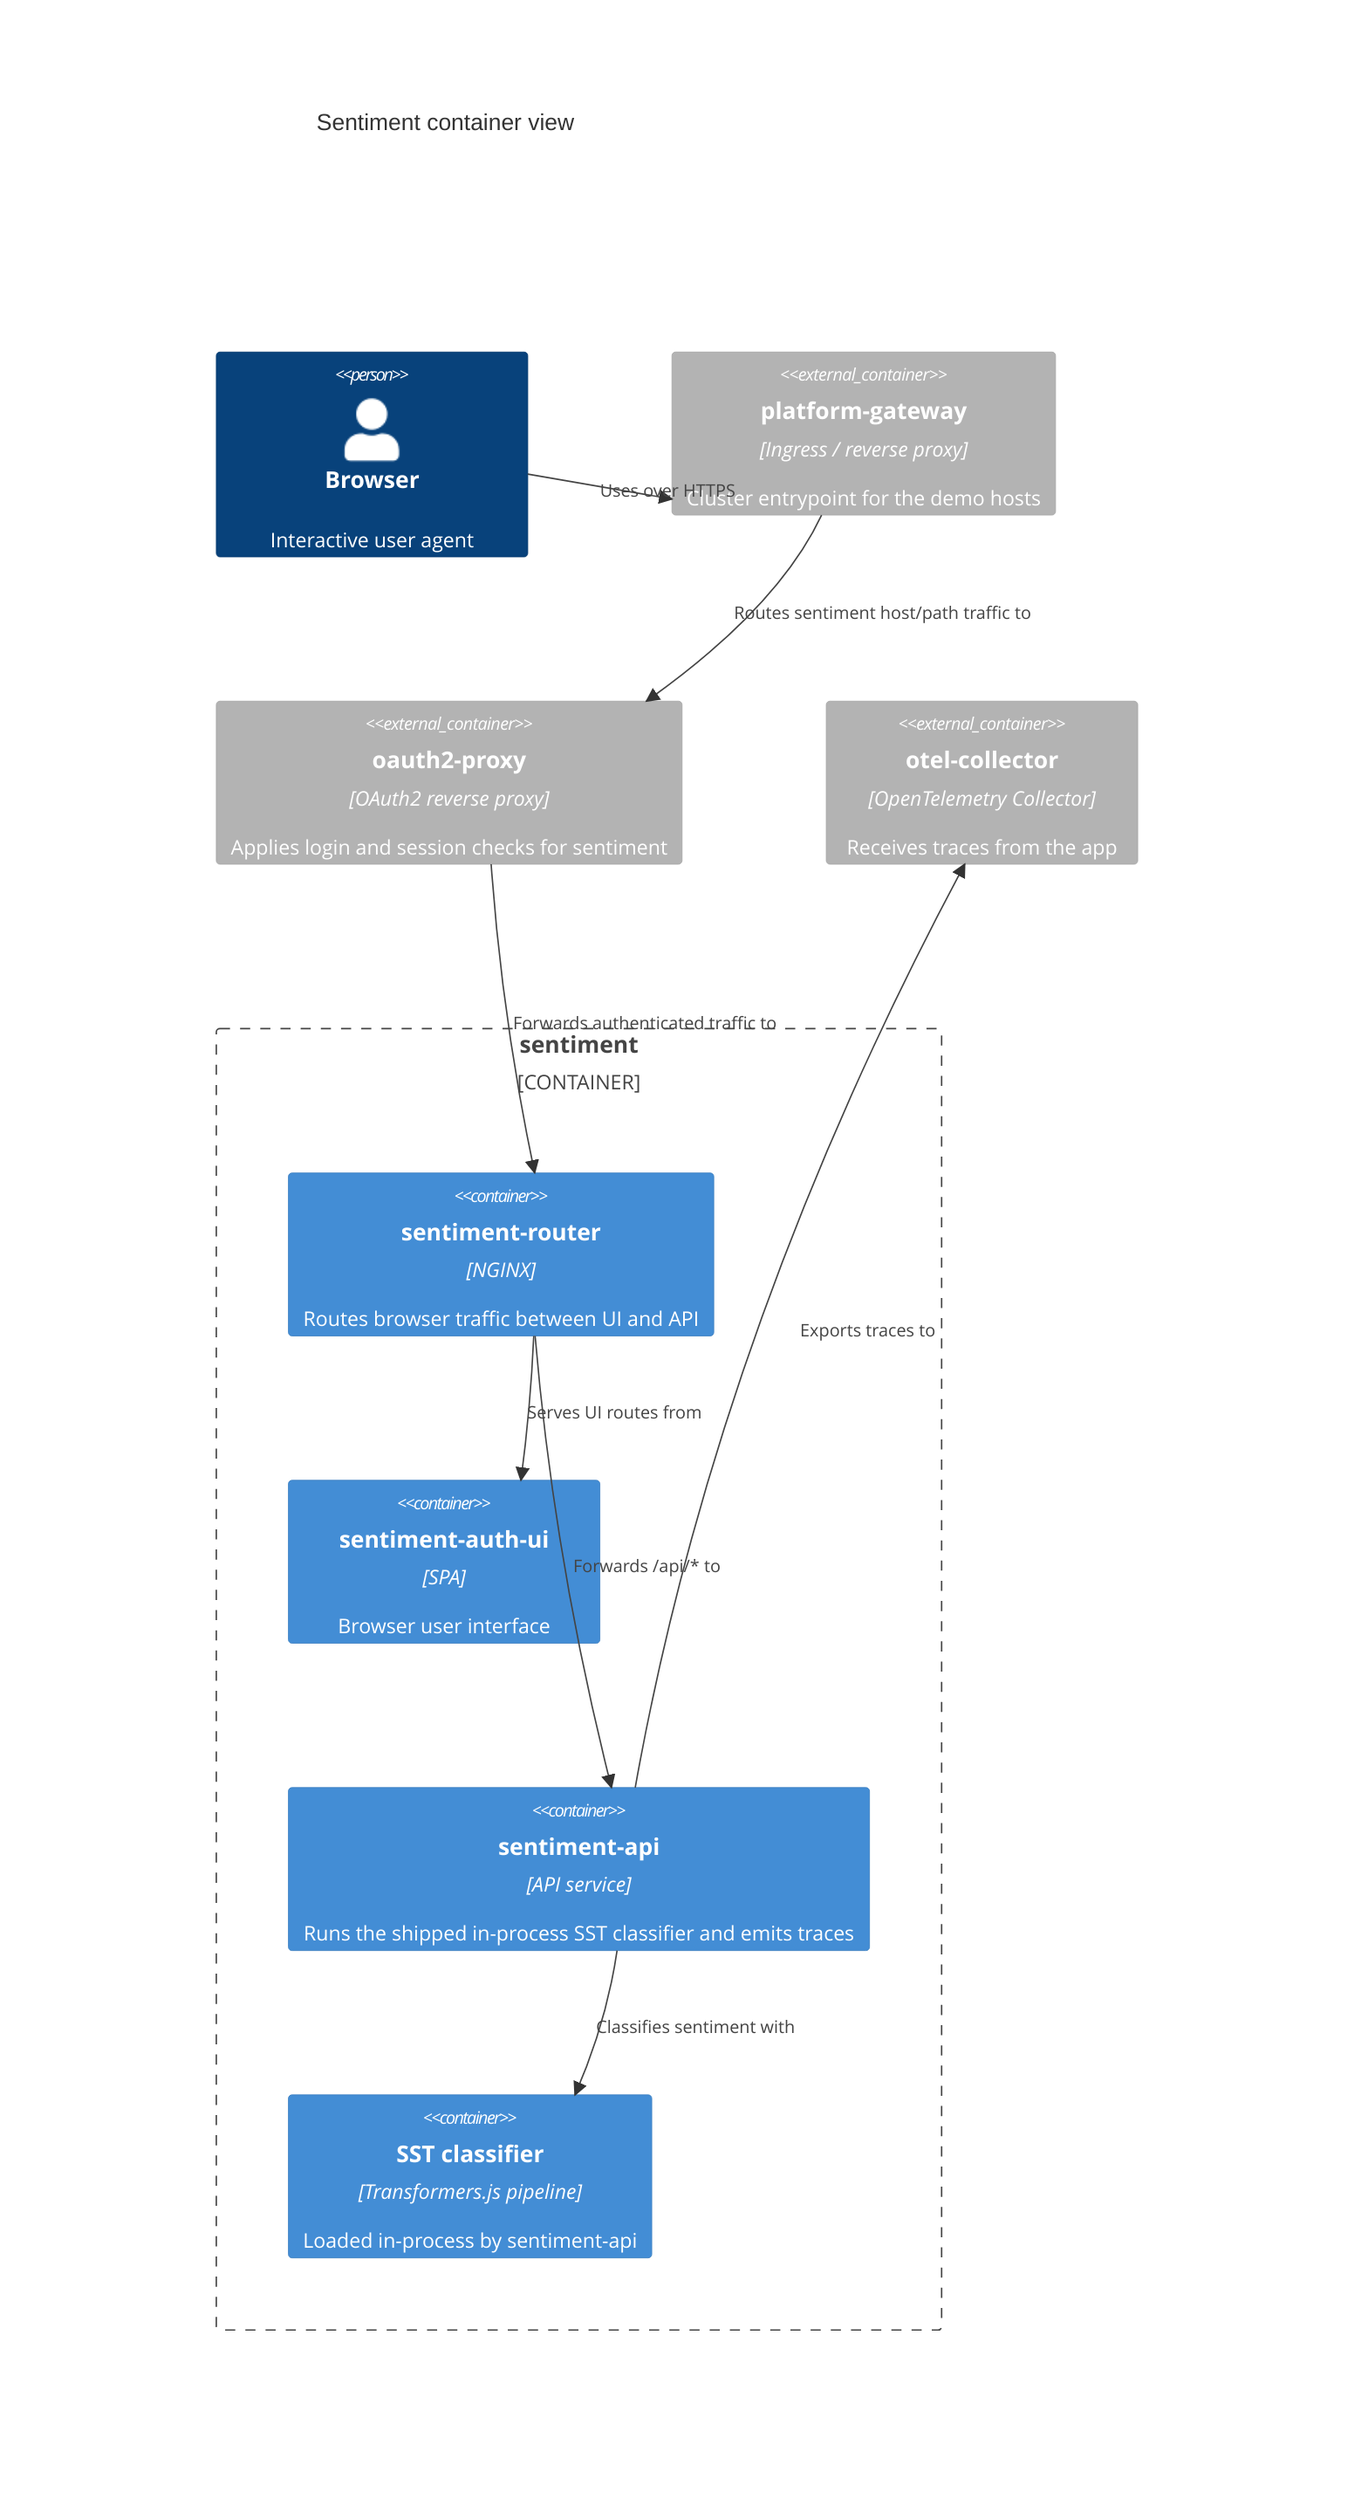
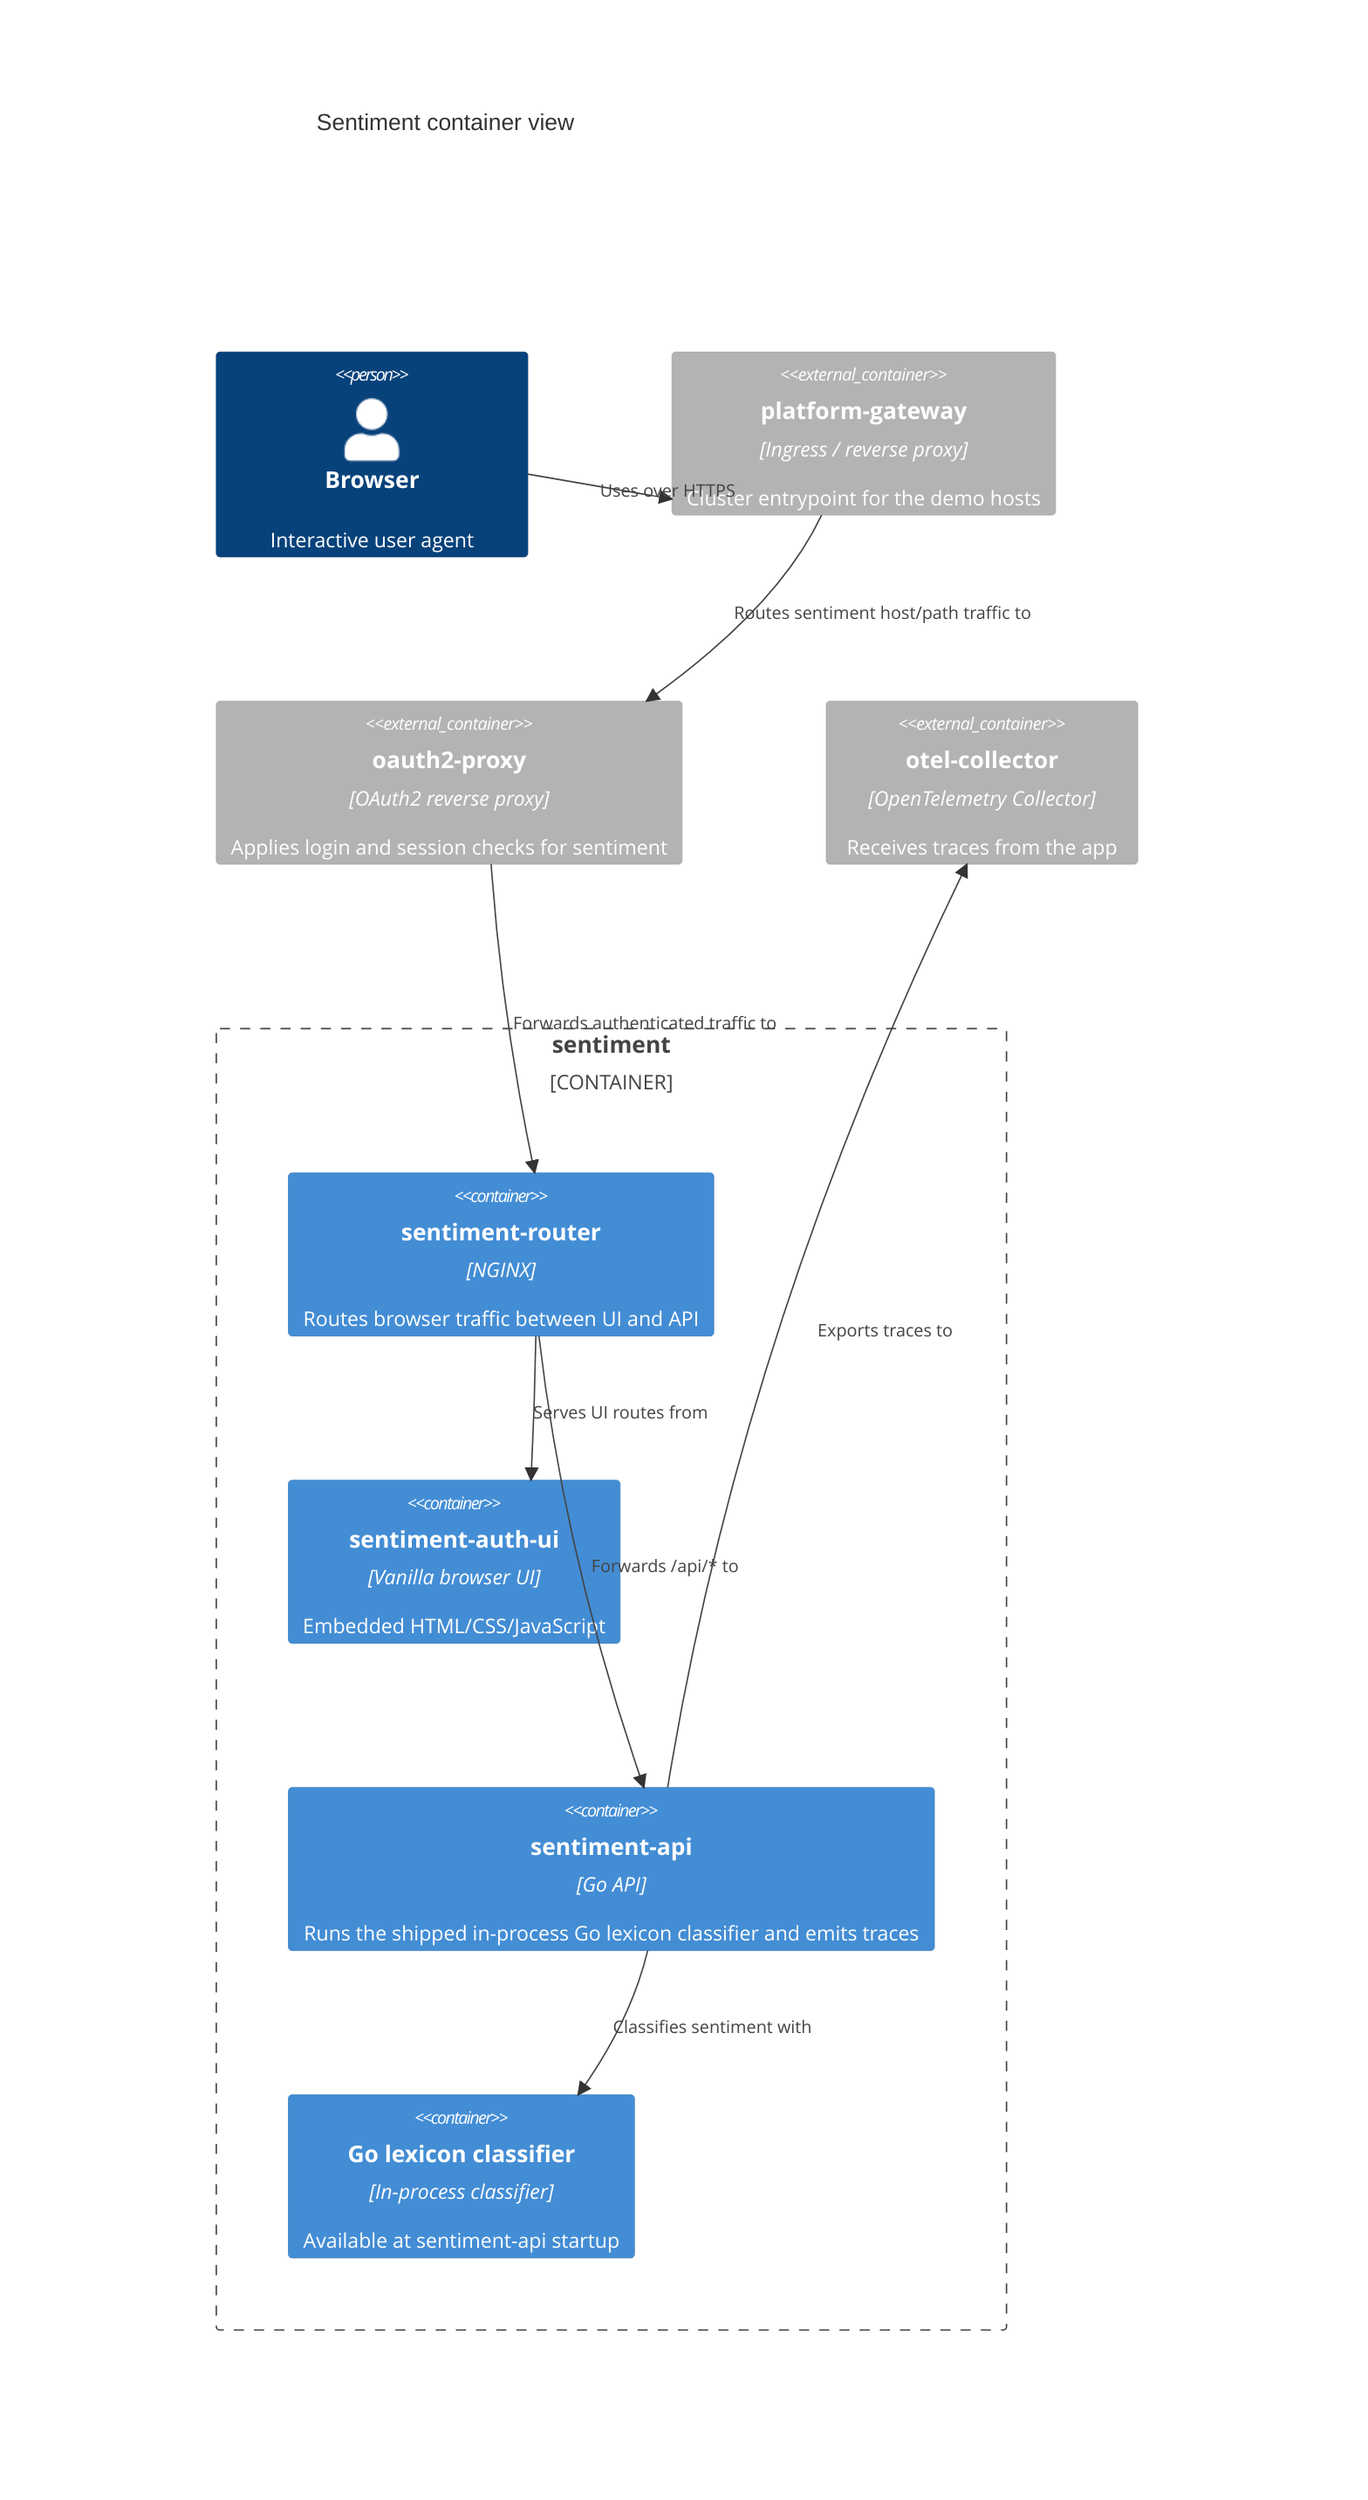
%%{init: {"theme": "base", "themeVariables": {"background": "#ffffff"}}}%%
C4Container
    title Sentiment container view

    Person(browser, "Browser", "Interactive user agent")
    Container_Ext(gateway, "platform-gateway", "Ingress / reverse proxy", "Cluster entrypoint for the demo hosts")
    Container_Ext(oauth, "oauth2-proxy", "OAuth2 reverse proxy", "Applies login and session checks for sentiment")
    Container_Ext(otel, "otel-collector", "OpenTelemetry Collector", "Receives traces from the app")

    Container_Boundary(sentiment, "sentiment") {
        Container(router, "sentiment-router", "NGINX", "Routes browser traffic between UI and API")
-         Container(ui, "sentiment-auth-ui", "SPA", "Browser user interface")
-         Container(api, "sentiment-api", "API service", "Runs the shipped in-process SST classifier and emits traces")
-         Container(sst, "SST classifier", "Transformers.js pipeline", "Loaded in-process by sentiment-api")
+         Container(ui, "sentiment-auth-ui", "Vanilla browser UI", "Embedded HTML/CSS/JavaScript")
+         Container(api, "sentiment-api", "Go API", "Runs the shipped in-process Go lexicon classifier and emits traces")
+         Container(classifier, "Go lexicon classifier", "In-process classifier", "Available at sentiment-api startup")
    }

    Rel(browser, gateway, "Uses over HTTPS")
    Rel(gateway, oauth, "Routes sentiment host/path traffic to")
    Rel(oauth, router, "Forwards authenticated traffic to")
    Rel(router, ui, "Serves UI routes from")
    Rel(router, api, "Forwards /api/* to")
-     Rel(api, sst, "Classifies sentiment with")
+     Rel(api, classifier, "Classifies sentiment with")
    Rel(api, otel, "Exports traces to")
    UpdateLayoutConfig($c4ShapeInRow="3", $c4BoundaryInRow="2")
